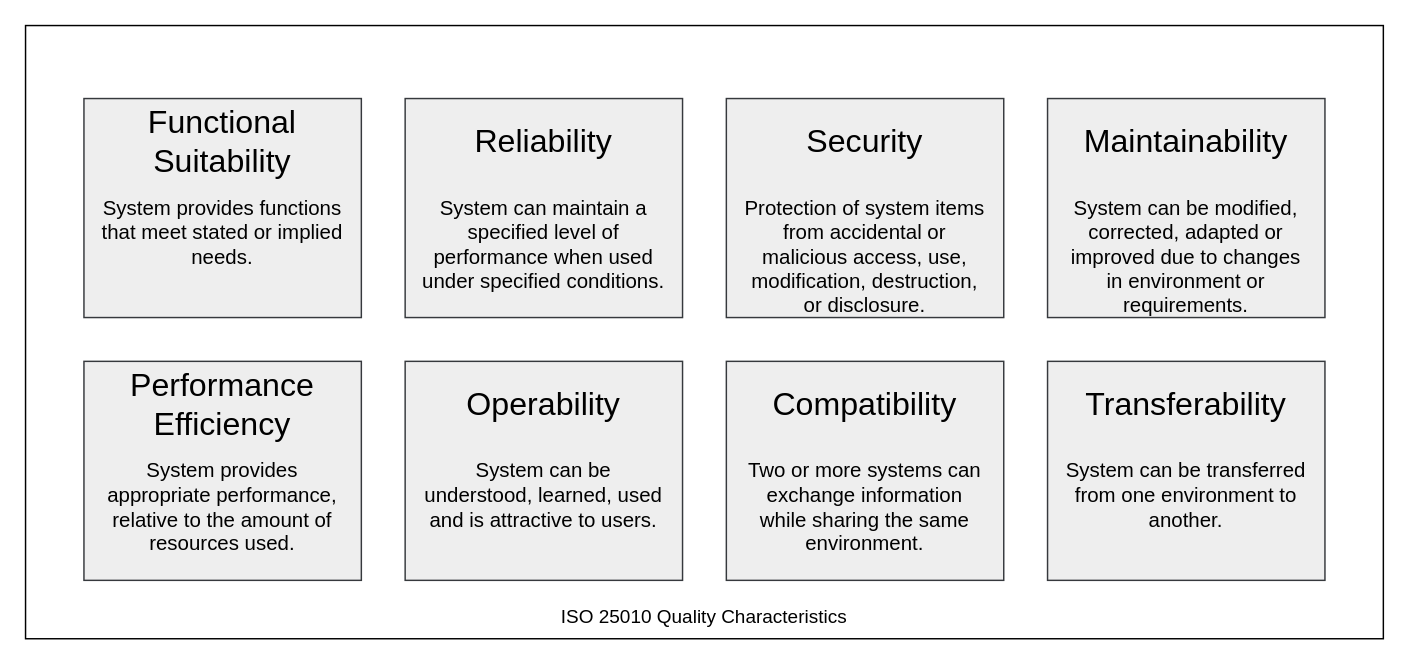
Before: graphics-originals/1-2-iso-25010-topics-en.drawio in arc42/arc42-template, a draw.io diagram. Source tidied: cells renumbered, new cells numbered last; positions are measured from the earlier drawing's top-left corner, leaving out a move shared by most shapes. Both pictures are drawn from the tidied source at 146%, with x=0, y=0 at pixel (25, 25).
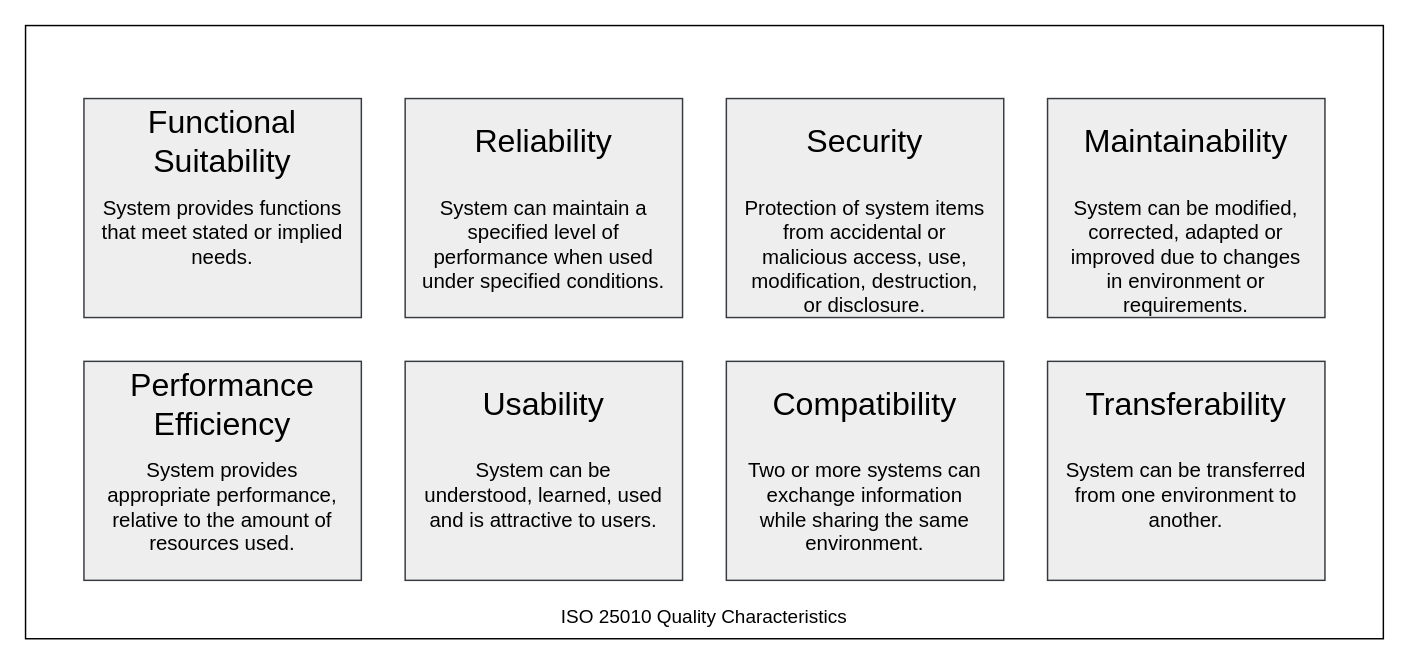
The same page after the edit.

Commit message (it also covers changes not shown here):
update to correct ISO 25010 version

Change to the diagram source:
```diff
@@
-    <mxCell id="19" value="Operability" style="text;html=1;strokeColor=none;fillColor=none;align=center;verticalAlign=middle;whiteSpace=wrap;rounded=0;fontSize=22;" parent="1" vertex="1">
+    <mxCell id="19" value="Usability" style="text;html=1;strokeColor=none;fillColor=none;align=center;verticalAlign=middle;whiteSpace=wrap;rounded=0;fontSize=22;" parent="1" vertex="1">
       <mxGeometry x="260" y="230" width="190" height="60" as="geometry" />
     </mxCell>
```
